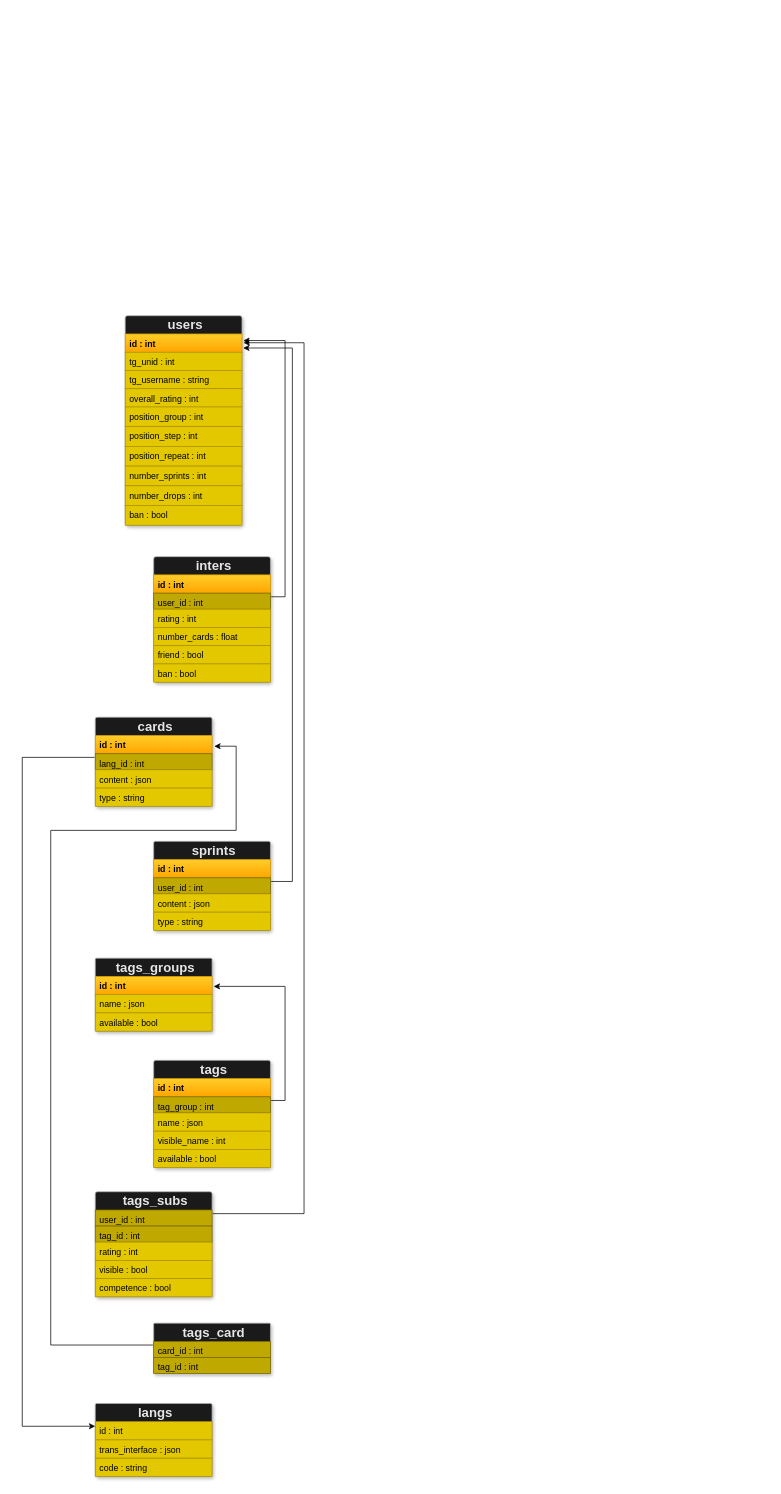
Ulver56/coresh keeps this draw.io diagram as page "Page-1" (1 of 2) of README-files/map.drawio. Above is the earlier version. Source tidied: cells renumbered, new cells numbered last; positions are measured from the earlier drawing's top-left corner, leaving out a move shared by most shapes. Both pictures are drawn from the tidied source at 73%, with x=0, y=0 at pixel (22, 315).
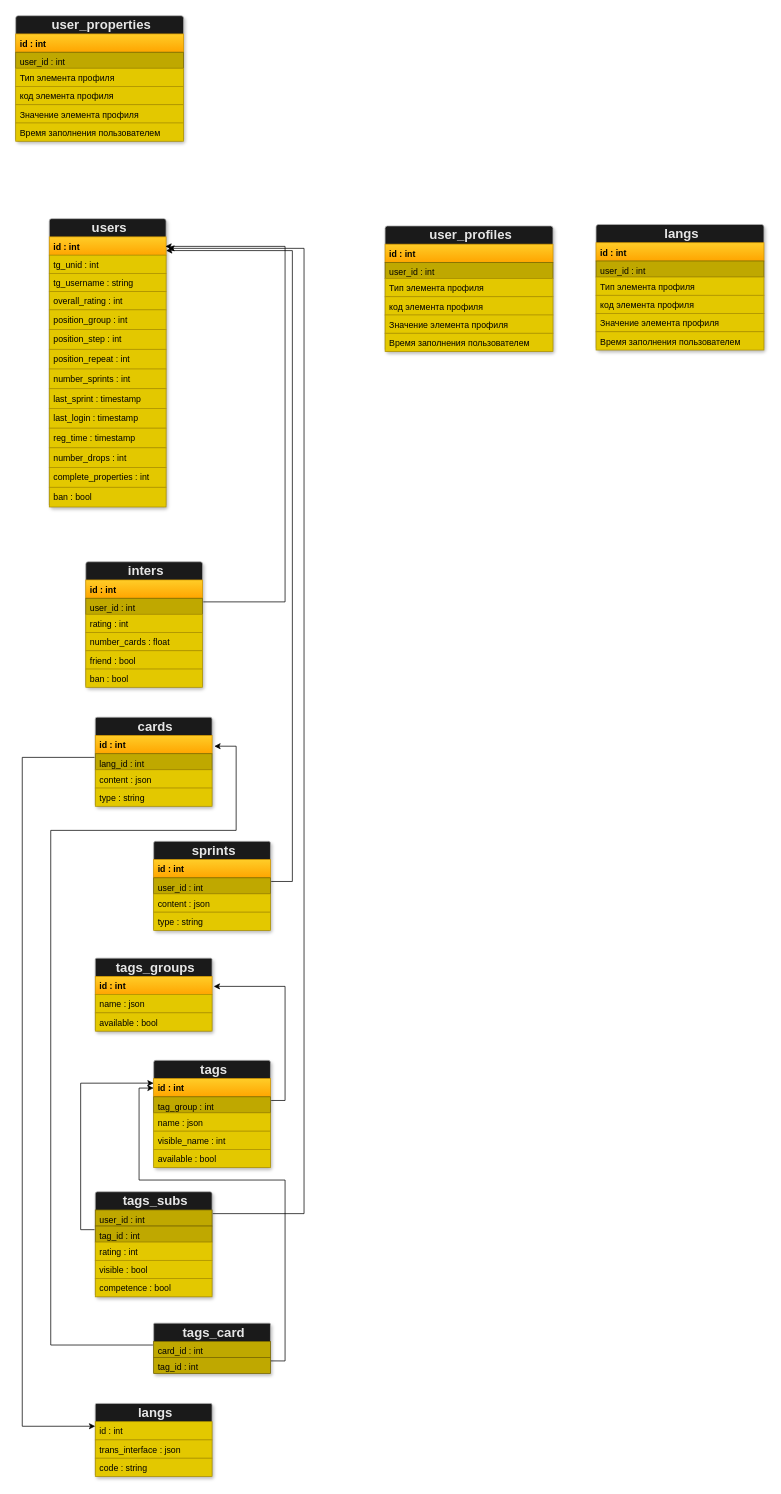
Above is the later version.

Unchanged cells that the change refers to:
```xml
<mxCell id="4" value="&lt;b&gt;id : int&lt;/b&gt;" style="html=1;align=left;spacingLeft=4;verticalAlign=top;strokeColor=#d79b00;fillColor=#ffcd28;gradientColor=#ffa500;fontColor=#000000;" parent="2" vertex="1">
  <mxGeometry y="25" width="160" height="25" as="geometry" />
</mxCell>
<mxCell id="17" value="user_id : int" style="html=1;align=left;spacingLeft=4;verticalAlign=top;fontColor=#000000;strokeWidth=1;strokeColor=#7A6800;perimeterSpacing=1;fillColor=#BFA800;" parent="14" vertex="1">
  <mxGeometry y="50" width="160" height="22" as="geometry" />
</mxCell>
<mxCell id="31" value="user_id : int" style="html=1;align=left;spacingLeft=4;verticalAlign=top;fontColor=#000000;strokeWidth=1;strokeColor=#7A6800;perimeterSpacing=1;fillColor=#BFA800;" parent="28" vertex="1">
  <mxGeometry y="50" width="160" height="22" as="geometry" />
</mxCell>
<mxCell id="43" value="&lt;b&gt;id : int&lt;/b&gt;" style="html=1;align=left;spacingLeft=4;verticalAlign=top;strokeColor=#d79b00;fillColor=#ffcd28;gradientColor=#ffa500;fontColor=#000000;" parent="41" vertex="1">
  <mxGeometry y="25" width="160" height="25" as="geometry" />
</mxCell>
<mxCell id="50" value="user_id : int" style="html=1;align=left;spacingLeft=4;verticalAlign=top;fontColor=#000000;strokeWidth=1;strokeColor=#7A6800;perimeterSpacing=1;fillColor=#BFA800;" parent="48" vertex="1">
  <mxGeometry y="25" width="160" height="22" as="geometry" />
</mxCell>
<mxCell id="51" value="tag_id : int" style="html=1;align=left;spacingLeft=4;verticalAlign=top;fontColor=#000000;strokeWidth=1;strokeColor=#7A6800;perimeterSpacing=1;fillColor=#BFA800;" parent="48" vertex="1">
  <mxGeometry y="47" width="160" height="22" as="geometry" />
</mxCell>
<mxCell id="55" style="fontStyle=1;align=center;verticalAlign=top;horizontal=1;fontColor=#ffffff;shadow=1;rounded=1;arcSize=2;strokeWidth=1;sketch=0;fillColor=#1A1A1A;strokeColor=#B3B3B3;" parent="1" vertex="1">
  <mxGeometry x="180" y="1380" width="160" height="69" as="geometry" />
</mxCell>
```

The edit, as a diff of the source:
```diff
@@
     <mxCell id="2" style="fontStyle=1;align=center;verticalAlign=top;horizontal=1;fontColor=#ffffff;shadow=1;rounded=1;arcSize=2;strokeWidth=1;sketch=0;fillColor=#1A1A1A;strokeColor=#B3B3B3;" parent="1" vertex="1">
-      <mxGeometry x="141" width="160" height="287" as="geometry" />
+      <mxGeometry x="37" y="-133" width="160" height="395" as="geometry" />
     </mxCell>
@@
+    <mxCell id="68" value="last_sprint : timestamp" style="html=1;align=left;spacingLeft=4;verticalAlign=top;strokeColor=#B09500;fillColor=#e3c800;fontColor=#000000;rounded=0;" parent="2" vertex="1">
+      <mxGeometry y="233" width="160" height="27" as="geometry" />
+    </mxCell>
+    <mxCell id="69" value="last_login : timestamp" style="html=1;align=left;spacingLeft=4;verticalAlign=top;strokeColor=#B09500;fillColor=#e3c800;fontColor=#000000;rounded=0;" parent="2" vertex="1">
+      <mxGeometry y="260" width="160" height="27" as="geometry" />
+    </mxCell>
+    <mxCell id="70" value="reg_time : timestamp" style="html=1;align=left;spacingLeft=4;verticalAlign=top;strokeColor=#B09500;fillColor=#e3c800;fontColor=#000000;rounded=0;" parent="2" vertex="1">
+      <mxGeometry y="287" width="160" height="27" as="geometry" />
+    </mxCell>
     <mxCell id="12" value="number_drops : int" style="html=1;align=left;spacingLeft=4;verticalAlign=top;strokeColor=#B09500;fillColor=#e3c800;fontColor=#000000;rounded=0;" parent="2" vertex="1">
-      <mxGeometry y="233" width="160" height="27" as="geometry" />
+      <mxGeometry y="314" width="160" height="27" as="geometry" />
     </mxCell>
+    <mxCell id="71" value="complete_properties : int&amp;nbsp;" style="html=1;align=left;spacingLeft=4;verticalAlign=top;strokeColor=#B09500;fillColor=#e3c800;fontColor=#000000;rounded=0;" parent="2" vertex="1">
+      <mxGeometry y="341" width="160" height="27" as="geometry" />
+    </mxCell>
     <mxCell id="13" value="ban : bool" style="html=1;align=left;spacingLeft=4;verticalAlign=top;strokeColor=#B09500;fillColor=#e3c800;fontColor=#000000;rounded=0;arcSize=18;" parent="2" vertex="1">
-      <mxGeometry y="260" width="160" height="27" as="geometry" />
+      <mxGeometry y="368" width="160" height="27" as="geometry" />
     </mxCell>
     <mxCell id="14" style="fontStyle=1;align=center;verticalAlign=top;horizontal=1;fontColor=#ffffff;shadow=1;rounded=1;arcSize=2;strokeWidth=1;sketch=0;fillColor=#1A1A1A;strokeColor=#B3B3B3;" parent="1" vertex="1">
-      <mxGeometry x="180" y="330" width="160" height="172" as="geometry" />
+      <mxGeometry x="87" y="337" width="160" height="172" as="geometry" />
     </mxCell>
@@
-    <mxCell id="34" style="edgeStyle=orthogonalEdgeStyle;rounded=0;jettySize=auto;html=1;exitX=1;exitY=0.25;exitDx=0;exitDy=0;fontFamily=Helvetica;fontColor=#000000;entryX=1.011;entryY=0.119;entryDx=0;entryDy=0;entryPerimeter=0;" parent="1" edge="1" source="17" target="2">
+    <mxCell id="34" style="edgeStyle=orthogonalEdgeStyle;rounded=0;jettySize=auto;html=1;exitX=1;exitY=0.25;exitDx=0;exitDy=0;fontFamily=Helvetica;fontColor=#000000;entryX=0.994;entryY=0.52;entryDx=0;entryDy=0;entryPerimeter=0;" parent="1" edge="1" source="17" target="4">
       <mxGeometry relative="1" as="geometry">
         <Array as="points">
-          <mxPoint x="360" y="385" />
-          <mxPoint x="360" y="34" />
-          <mxPoint x="311" y="34" />
+          <mxPoint x="360" y="392" />
+          <mxPoint x="360" y="-95" />
         </Array>
       </mxGeometry>
     </mxCell>
-    <mxCell id="35" style="edgeStyle=orthogonalEdgeStyle;rounded=0;jettySize=auto;html=1;exitX=1;exitY=0.25;exitDx=0;exitDy=0;fontFamily=Helvetica;fontColor=#000000;entryX=1.01;entryY=0.154;entryDx=0;entryDy=0;entryPerimeter=0;" parent="1" edge="1" source="31" target="2">
+    <mxCell id="35" style="edgeStyle=orthogonalEdgeStyle;rounded=0;jettySize=auto;html=1;exitX=1;exitY=0.25;exitDx=0;exitDy=0;fontFamily=Helvetica;fontColor=#000000;entryX=1;entryY=0.75;entryDx=0;entryDy=0;" parent="1" edge="1" source="31" target="4">
       <mxGeometry relative="1" as="geometry">
         <Array as="points">
           <mxPoint x="370" y="775" />
-          <mxPoint x="370" y="44" />
+          <mxPoint x="370" y="-89" />
         </Array>
       </mxGeometry>
     </mxCell>
@@
+    <mxCell id="72" style="edgeStyle=orthogonalEdgeStyle;rounded=0;jettySize=auto;html=1;exitX=1;exitY=0.75;exitDx=0;exitDy=0;fontFamily=Helvetica;fontColor=#000000;" parent="1" edge="1" source="55" target="43">
+      <mxGeometry relative="1" as="geometry">
+        <Array as="points">
+          <mxPoint x="360" y="1432" />
+          <mxPoint x="360" y="1184" />
+          <mxPoint x="160" y="1184" />
+          <mxPoint x="160" y="1058" />
+        </Array>
+      </mxGeometry>
+    </mxCell>
@@
-    <mxCell id="65" style="edgeStyle=orthogonalEdgeStyle;rounded=0;jettySize=auto;html=1;exitX=1;exitY=0.25;exitDx=0;exitDy=0;fontFamily=Helvetica;fontColor=#000000;entryX=1.013;entryY=0.129;entryDx=0;entryDy=0;entryPerimeter=0;" parent="1" edge="1" source="50" target="2">
+    <mxCell id="65" style="edgeStyle=orthogonalEdgeStyle;rounded=0;jettySize=auto;html=1;exitX=1;exitY=0.25;exitDx=0;exitDy=0;fontFamily=Helvetica;fontColor=#000000;entryX=1.019;entryY=0.103;entryDx=0;entryDy=0;entryPerimeter=0;" parent="1" edge="1" source="50" target="2">
       <mxGeometry relative="1" as="geometry">
         <Array as="points">
           <mxPoint x="386" y="1230" />
-          <mxPoint x="386" y="37" />
+          <mxPoint x="386" y="-92" />
         </Array>
       </mxGeometry>
     </mxCell>
@@
+    <mxCell id="73" style="edgeStyle=orthogonalEdgeStyle;rounded=0;jettySize=auto;html=1;exitX=0;exitY=0.25;exitDx=0;exitDy=0;entryX=0;entryY=0.25;entryDx=0;entryDy=0;fontFamily=Helvetica;fontColor=#000000;" parent="1" edge="1" source="51" target="43">
+      <mxGeometry relative="1" as="geometry" />
+    </mxCell>
+    <mxCell id="74" style="fontStyle=1;align=center;verticalAlign=top;horizontal=1;fontColor=#ffffff;shadow=1;rounded=1;arcSize=2;strokeWidth=1;sketch=0;fillColor=#1A1A1A;strokeColor=#B3B3B3;" parent="1" vertex="1">
+      <mxGeometry x="-9" y="-411" width="230" height="172" as="geometry" />
+    </mxCell>
+    <mxCell id="75" value="&lt;b&gt;&lt;font style=&quot;font-size: 18px&quot; color=&quot;#e6e6e6&quot;&gt;user_properties&lt;/font&gt;&lt;/b&gt;" style="html=1;align=center;spacingLeft=4;verticalAlign=middle;strokeColor=none;fillColor=none;" parent="74" vertex="1">
+      <mxGeometry width="230" height="25" as="geometry" />
+    </mxCell>
+    <mxCell id="76" value="&lt;b&gt;id : int&lt;/b&gt;" style="html=1;align=left;spacingLeft=4;verticalAlign=top;strokeColor=#d79b00;fillColor=#ffcd28;gradientColor=#ffa500;fontColor=#000000;" parent="74" vertex="1">
+      <mxGeometry y="25" width="230" height="25" as="geometry" />
+    </mxCell>
+    <mxCell id="77" value="user_id : int" style="html=1;align=left;spacingLeft=4;verticalAlign=top;fontColor=#000000;strokeWidth=1;strokeColor=#7A6800;perimeterSpacing=1;fillColor=#BFA800;" parent="74" vertex="1">
+      <mxGeometry y="50" width="230" height="22" as="geometry" />
+    </mxCell>
+    <mxCell id="78" value="Тип элемента профиля" style="html=1;align=left;spacingLeft=4;verticalAlign=top;strokeColor=#B09500;fillColor=#e3c800;fontFamily=Helvetica;fontStyle=0;fontColor=#000000;" parent="74" vertex="1">
+      <mxGeometry y="72" width="230" height="25" as="geometry" />
+    </mxCell>
+    <mxCell id="79" value="код элемента профиля" style="html=1;align=left;spacingLeft=4;verticalAlign=top;strokeColor=#B09500;fillColor=#e3c800;fontColor=#000000;" parent="74" vertex="1">
+      <mxGeometry y="97" width="230" height="25" as="geometry" />
+    </mxCell>
+    <mxCell id="80" value="Значение элемента профиля" style="html=1;align=left;spacingLeft=4;verticalAlign=top;strokeColor=#B09500;fillColor=#e3c800;fontColor=#000000;" parent="74" vertex="1">
+      <mxGeometry y="122" width="230" height="25" as="geometry" />
+    </mxCell>
+    <mxCell id="81" value="Время заполнения пользователем" style="html=1;align=left;spacingLeft=4;verticalAlign=top;strokeColor=#B09500;fillColor=#e3c800;fontColor=#000000;rounded=0;" parent="74" vertex="1">
+      <mxGeometry y="147" width="230" height="25" as="geometry" />
+    </mxCell>
+    <mxCell id="82" style="fontStyle=1;align=center;verticalAlign=top;horizontal=1;fontColor=#ffffff;shadow=1;rounded=1;arcSize=2;strokeWidth=1;sketch=0;fillColor=#1A1A1A;strokeColor=#B3B3B3;" parent="1" vertex="1">
+      <mxGeometry x="497" y="-123" width="230" height="172" as="geometry" />
+    </mxCell>
+    <mxCell id="83" value="&lt;b&gt;&lt;font style=&quot;font-size: 18px&quot; color=&quot;#e6e6e6&quot;&gt;user_profiles&lt;/font&gt;&lt;/b&gt;" style="html=1;align=center;spacingLeft=4;verticalAlign=middle;strokeColor=none;fillColor=none;" parent="82" vertex="1">
+      <mxGeometry width="230" height="25" as="geometry" />
+    </mxCell>
+    <mxCell id="84" value="&lt;b&gt;id : int&lt;/b&gt;" style="html=1;align=left;spacingLeft=4;verticalAlign=top;strokeColor=#d79b00;fillColor=#ffcd28;gradientColor=#ffa500;fontColor=#000000;" parent="82" vertex="1">
+      <mxGeometry y="25" width="230" height="25" as="geometry" />
+    </mxCell>
+    <mxCell id="85" value="user_id : int" style="html=1;align=left;spacingLeft=4;verticalAlign=top;fontColor=#000000;strokeWidth=1;strokeColor=#7A6800;perimeterSpacing=1;fillColor=#BFA800;" parent="82" vertex="1">
+      <mxGeometry y="50" width="230" height="22" as="geometry" />
+    </mxCell>
+    <mxCell id="86" value="Тип элемента профиля" style="html=1;align=left;spacingLeft=4;verticalAlign=top;strokeColor=#B09500;fillColor=#e3c800;fontFamily=Helvetica;fontStyle=0;fontColor=#000000;" parent="82" vertex="1">
+      <mxGeometry y="72" width="230" height="25" as="geometry" />
+    </mxCell>
+    <mxCell id="87" value="код элемента профиля" style="html=1;align=left;spacingLeft=4;verticalAlign=top;strokeColor=#B09500;fillColor=#e3c800;fontColor=#000000;" parent="82" vertex="1">
+      <mxGeometry y="97" width="230" height="25" as="geometry" />
+    </mxCell>
+    <mxCell id="88" value="Значение элемента профиля" style="html=1;align=left;spacingLeft=4;verticalAlign=top;strokeColor=#B09500;fillColor=#e3c800;fontColor=#000000;" parent="82" vertex="1">
+      <mxGeometry y="122" width="230" height="25" as="geometry" />
+    </mxCell>
+    <mxCell id="89" value="Время заполнения пользователем" style="html=1;align=left;spacingLeft=4;verticalAlign=top;strokeColor=#B09500;fillColor=#e3c800;fontColor=#000000;rounded=0;" parent="82" vertex="1">
+      <mxGeometry y="147" width="230" height="25" as="geometry" />
+    </mxCell>
+    <mxCell id="90" style="fontStyle=1;align=center;verticalAlign=top;horizontal=1;fontColor=#ffffff;shadow=1;rounded=1;arcSize=2;strokeWidth=1;sketch=0;fillColor=#1A1A1A;strokeColor=#B3B3B3;" parent="1" vertex="1">
+      <mxGeometry x="786" y="-125" width="230" height="172" as="geometry" />
+    </mxCell>
+    <mxCell id="91" value="&lt;b&gt;&lt;font style=&quot;font-size: 18px&quot; color=&quot;#e6e6e6&quot;&gt;langs&lt;/font&gt;&lt;/b&gt;" style="html=1;align=center;spacingLeft=4;verticalAlign=middle;strokeColor=none;fillColor=none;" parent="90" vertex="1">
+      <mxGeometry width="230" height="25" as="geometry" />
+    </mxCell>
+    <mxCell id="92" value="&lt;b&gt;id : int&lt;/b&gt;" style="html=1;align=left;spacingLeft=4;verticalAlign=top;strokeColor=#d79b00;fillColor=#ffcd28;gradientColor=#ffa500;fontColor=#000000;" parent="90" vertex="1">
+      <mxGeometry y="25" width="230" height="25" as="geometry" />
+    </mxCell>
+    <mxCell id="93" value="user_id : int" style="html=1;align=left;spacingLeft=4;verticalAlign=top;fontColor=#000000;strokeWidth=1;strokeColor=#7A6800;perimeterSpacing=1;fillColor=#BFA800;" parent="90" vertex="1">
+      <mxGeometry y="50" width="230" height="22" as="geometry" />
+    </mxCell>
+    <mxCell id="94" value="Тип элемента профиля" style="html=1;align=left;spacingLeft=4;verticalAlign=top;strokeColor=#B09500;fillColor=#e3c800;fontFamily=Helvetica;fontStyle=0;fontColor=#000000;" parent="90" vertex="1">
+      <mxGeometry y="72" width="230" height="25" as="geometry" />
+    </mxCell>
+    <mxCell id="95" value="код элемента профиля" style="html=1;align=left;spacingLeft=4;verticalAlign=top;strokeColor=#B09500;fillColor=#e3c800;fontColor=#000000;" parent="90" vertex="1">
+      <mxGeometry y="97" width="230" height="25" as="geometry" />
+    </mxCell>
+    <mxCell id="96" value="Значение элемента профиля" style="html=1;align=left;spacingLeft=4;verticalAlign=top;strokeColor=#B09500;fillColor=#e3c800;fontColor=#000000;" parent="90" vertex="1">
+      <mxGeometry y="122" width="230" height="25" as="geometry" />
+    </mxCell>
+    <mxCell id="97" value="Время заполнения пользователем" style="html=1;align=left;spacingLeft=4;verticalAlign=top;strokeColor=#B09500;fillColor=#e3c800;fontColor=#000000;rounded=0;" parent="90" vertex="1">
+      <mxGeometry y="147" width="230" height="25" as="geometry" />
+    </mxCell>
```
